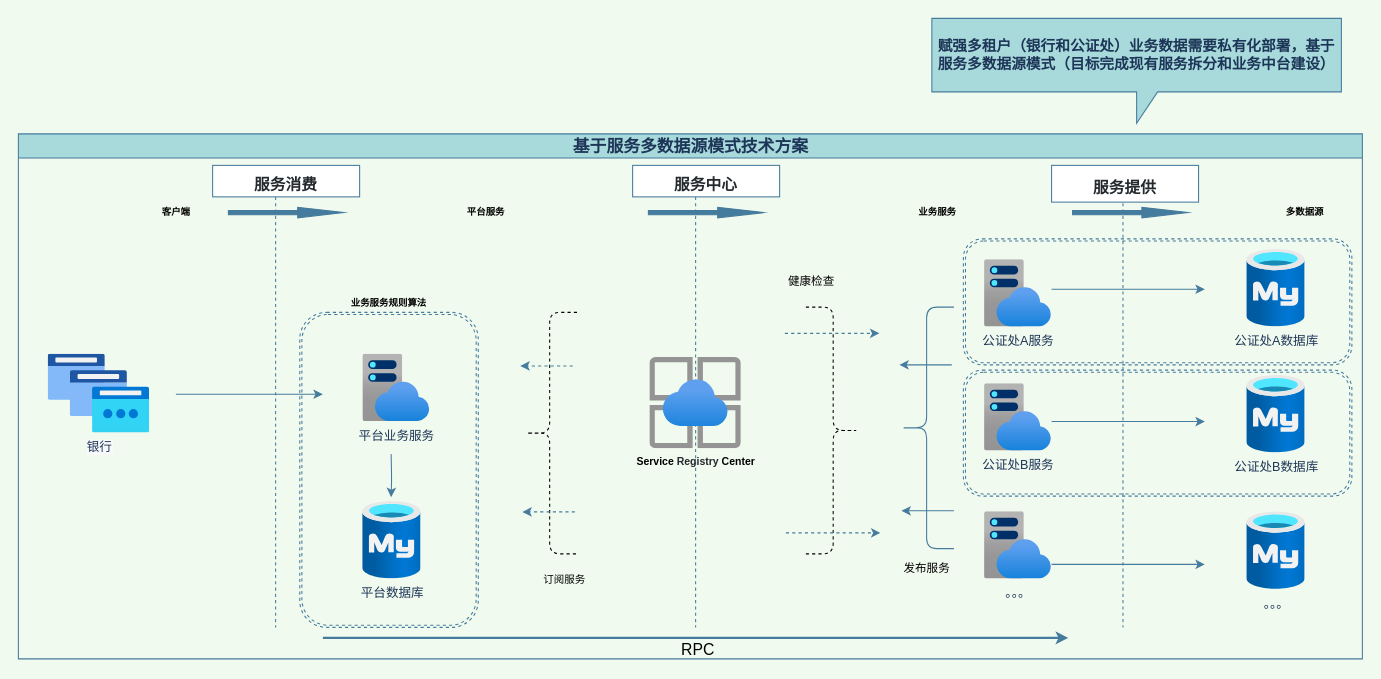
The draw.io diagram page "基于服务多数据源模式技术方案" (1 of 2) of DataSource.drawio in wuyongfeng/wuyongfeng, before the edit. Source tidied: cells renumbered, new cells numbered last; positions are measured from the earlier drawing's top-left corner, leaving out a move shared by most shapes. Both pictures are drawn from the tidied source at 105%, with x=0, y=0 at pixel (18, 18).
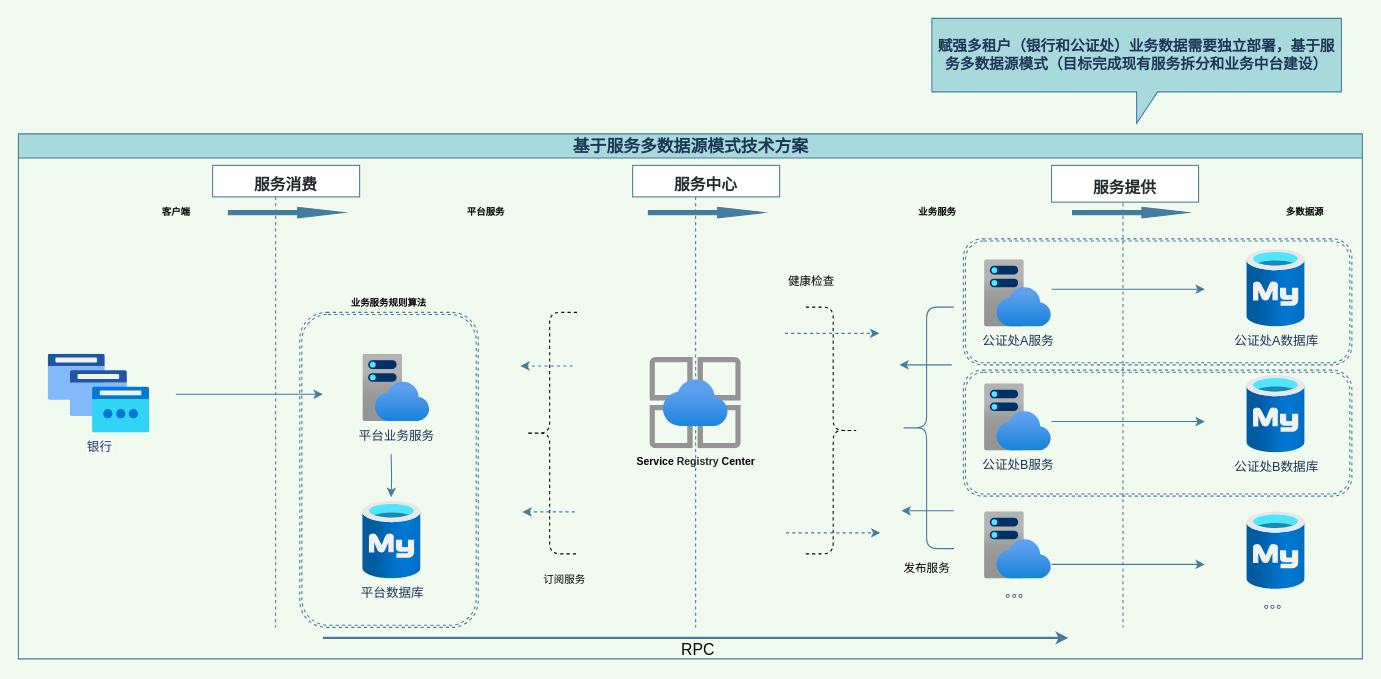
The same page after the edit.

What changed in the source:
```diff
@@
-    <mxCell id="45" value="&lt;div&gt;赋强多租户（银行和公证处）业务数据需要私有化部署，基于服务多数据源模式（目标完成现有服务拆分和业务中台建设）&lt;br&gt;&lt;/div&gt;" style="shape=callout;whiteSpace=wrap;html=1;perimeter=calloutPerimeter;labelBackgroundColor=none;labelBorderColor=none;fontSize=14;fillColor=#A8DADC;strokeColor=#457B9D;fontColor=#1D3557;fontStyle=1;" parent="1" vertex="1">
+    <mxCell id="45" value="&lt;div&gt;赋强多租户（银行和公证处）业务数据需要独立部署，基于服务多数据源模式（目标完成现有服务拆分和业务中台建设）&lt;br&gt;&lt;/div&gt;" style="shape=callout;whiteSpace=wrap;html=1;perimeter=calloutPerimeter;labelBackgroundColor=none;labelBorderColor=none;fontSize=14;fillColor=#A8DADC;strokeColor=#457B9D;fontColor=#1D3557;fontStyle=1;" parent="1" vertex="1">
       <mxGeometry x="870" width="390" height="100" as="geometry" />
     </mxCell>
```
